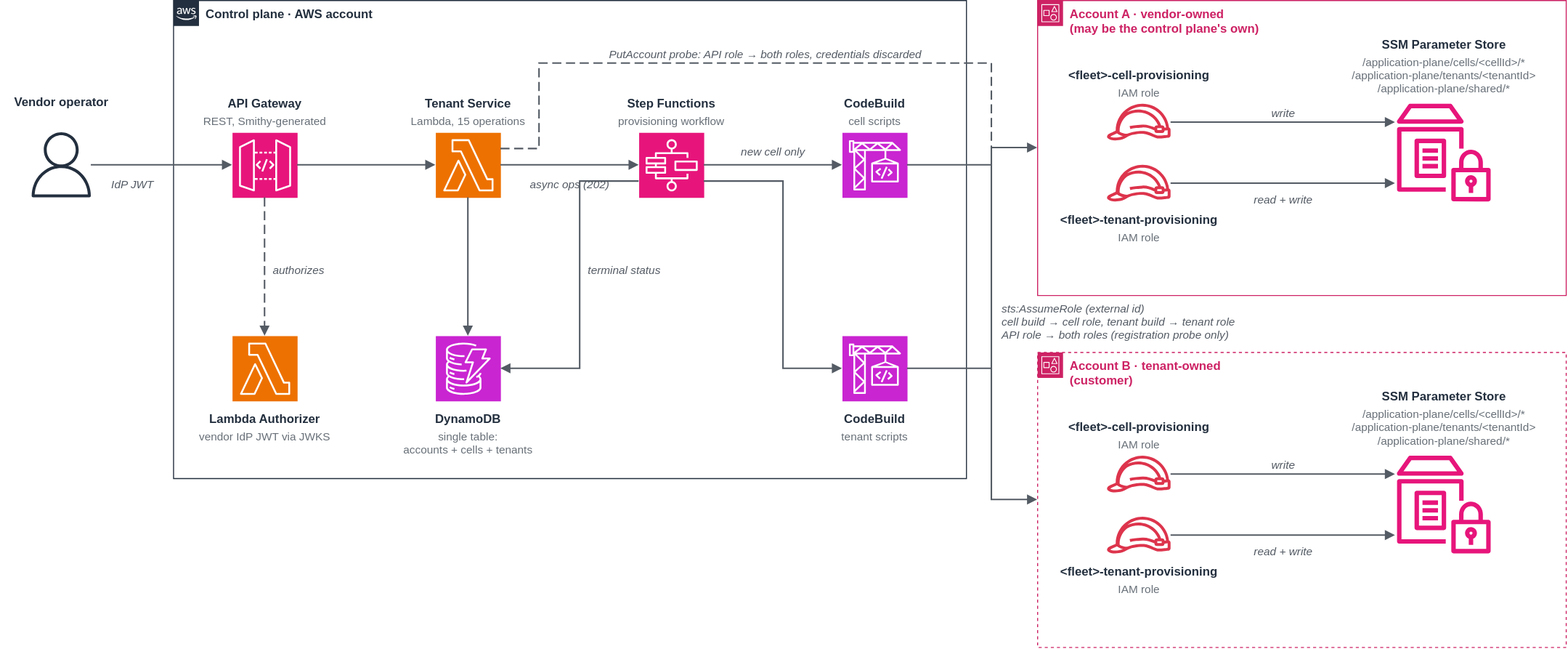
Earlier version of the draw.io export samples/control-plane/diagrams/control-plane.drawio.svg (aws-samples/sample-agentic-ai-acceleration-patterns). Source tidied: cells renumbered, new cells last; positions are measured from the earlier drawing's top-left corner, leaving out a move shared by most shapes.
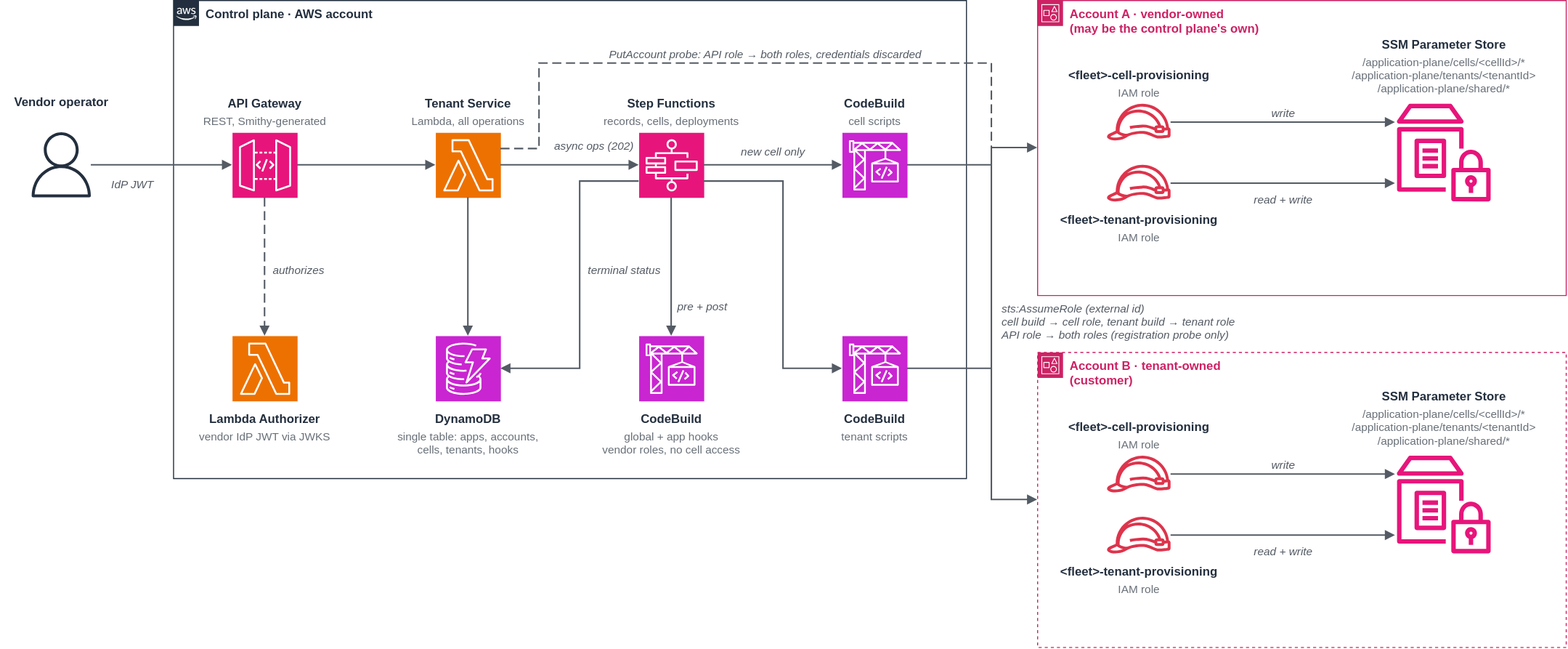
The same diagram one commit later.

Commit message:
control-plane: add hook builds to both diagrams (ADR-0044, ADR-0045)

Diff of the diagram source:
```diff
@@ -20,7 +20,7 @@
     <mxCell id="7" value="Tenant Service" style="text;html=0;align=center;verticalAlign=top;fontSize=12;fontStyle=1;fontColor=#232F3E;spacing=0;spacingTop=0;" parent="2" vertex="1">
       <mxGeometry x="243.6" y="90" width="92.9" height="18" as="geometry" />
     </mxCell>
-    <mxCell id="8" value="Lambda, 15 operations" style="text;html=0;align=center;verticalAlign=top;fontSize=11;fontStyle=0;fontColor=#687078;spacing=0;spacingTop=0;" parent="2" vertex="1">
+    <mxCell id="8" value="Lambda, all operations" style="text;html=0;align=center;verticalAlign=top;fontSize=11;fontStyle=0;fontColor=#687078;spacing=0;spacingTop=0;" parent="2" vertex="1">
       <mxGeometry x="230" y="108" width="120.1" height="16" as="geometry" />
     </mxCell>
     <mxCell id="9" style="sketch=0;outlineConnect=0;fontColor=#232F3E;fillColor=#E7157B;strokeColor=#ffffff;dashed=0;html=0;fontSize=11;fontStyle=0;noLabel=1;shape=mxgraph.aws4.resourceIcon;resIcon=mxgraph.aws4.step_functions;" parent="2" vertex="1">
@@ -29,8 +29,8 @@
     <mxCell id="10" value="Step Functions" style="text;html=0;align=center;verticalAlign=top;fontSize=12;fontStyle=1;fontColor=#232F3E;spacing=0;spacingTop=0;" parent="2" vertex="1">
       <mxGeometry x="442.8" y="90" width="94.3" height="18" as="geometry" />
     </mxCell>
-    <mxCell id="11" value="provisioning workflow" style="text;html=0;align=center;verticalAlign=top;fontSize=11;fontStyle=0;fontColor=#687078;spacing=0;spacingTop=0;" parent="2" vertex="1">
-      <mxGeometry x="434" y="108" width="112" height="16" as="geometry" />
+    <mxCell id="11" value="records, cells, deployments" style="text;html=0;align=center;verticalAlign=top;fontSize=11;fontStyle=0;fontColor=#687078;spacing=0;spacingTop=0;" parent="2" vertex="1">
+      <mxGeometry x="410" y="108" width="160" height="16" as="geometry" />
     </mxCell>
     <mxCell id="12" style="sketch=0;outlineConnect=0;fontColor=#232F3E;fillColor=#C925D1;strokeColor=#ffffff;dashed=0;html=0;fontSize=11;fontStyle=0;noLabel=1;shape=mxgraph.aws4.resourceIcon;resIcon=mxgraph.aws4.codebuild;" parent="2" vertex="1">
       <mxGeometry x="658" y="130" width="64" height="64" as="geometry" />
@@ -56,8 +56,8 @@
     <mxCell id="19" value="DynamoDB" style="text;html=0;align=center;verticalAlign=top;fontSize=12;fontStyle=1;fontColor=#232F3E;spacing=0;spacingTop=0;" parent="2" vertex="1">
       <mxGeometry x="253.7" y="400" width="72.7" height="18" as="geometry" />
     </mxCell>
-    <mxCell id="20" value="single table:&#10;accounts + cells + tenants" style="text;html=0;align=center;verticalAlign=top;fontSize=11;fontStyle=0;fontColor=#687078;spacing=0;spacingTop=0;" parent="2" vertex="1">
-      <mxGeometry x="222.4" y="418" width="135.2" height="31" as="geometry" />
+    <mxCell id="20" value="single table: apps, accounts,&#10;cells, tenants, hooks" style="text;html=0;align=center;verticalAlign=top;fontSize=11;fontStyle=0;fontColor=#687078;spacing=0;spacingTop=0;" parent="2" vertex="1">
+      <mxGeometry x="200" y="418" width="180" height="31" as="geometry" />
     </mxCell>
     <mxCell id="21" style="sketch=0;outlineConnect=0;fontColor=#232F3E;fillColor=#C925D1;strokeColor=#ffffff;dashed=0;html=0;fontSize=11;fontStyle=0;noLabel=1;shape=mxgraph.aws4.resourceIcon;resIcon=mxgraph.aws4.codebuild;" parent="2" vertex="1">
       <mxGeometry x="658" y="330" width="64" height="64" as="geometry" />
@@ -68,6 +68,15 @@
     <mxCell id="23" value="tenant scripts" style="text;html=0;align=center;verticalAlign=top;fontSize=11;fontStyle=0;fontColor=#687078;spacing=0;spacingTop=0;" parent="2" vertex="1">
       <mxGeometry x="653.4" y="418" width="73.2" height="16" as="geometry" />
     </mxCell>
+    <mxCell id="74" style="sketch=0;outlineConnect=0;fontColor=#232F3E;fillColor=#C925D1;strokeColor=#ffffff;dashed=0;html=0;fontSize=11;fontStyle=0;noLabel=1;shape=mxgraph.aws4.resourceIcon;resIcon=mxgraph.aws4.codebuild;" parent="2" vertex="1">
+      <mxGeometry x="458" y="330" width="64" height="64" as="geometry" />
+    </mxCell>
+    <mxCell id="75" value="CodeBuild" style="text;html=0;align=center;verticalAlign=top;fontSize=12;fontStyle=1;fontColor=#232F3E;spacing=0;spacingTop=0;" parent="2" vertex="1">
+      <mxGeometry x="420" y="400" width="140" height="18" as="geometry" />
+    </mxCell>
+    <mxCell id="76" value="global + app hooks&#10;vendor roles, no cell access" style="text;html=0;align=center;verticalAlign=top;fontSize=11;fontStyle=0;fontColor=#687078;spacing=0;spacingTop=0;" parent="2" vertex="1">
+      <mxGeometry x="405" y="418" width="170" height="31" as="geometry" />
+    </mxCell>
     <mxCell id="24" style="edgeStyle=orthogonalEdgeStyle;rounded=0;html=0;strokeColor=#545B64;strokeWidth=1.5;endArrow=block;endFill=1;exitX=1;exitY=0.5;entryX=0;entryY=0.5;" parent="2" edge="1" source="3" target="6">
       <mxGeometry relative="1" as="geometry" />
     </mxCell>
@@ -99,6 +108,9 @@
         </Array>
       </mxGeometry>
     </mxCell>
+    <mxCell id="77" style="edgeStyle=orthogonalEdgeStyle;rounded=0;html=0;strokeColor=#545B64;strokeWidth=1.5;endArrow=block;endFill=1;exitX=0.5;exitY=1;entryX=0.5;entryY=0;" parent="2" edge="1" source="9" target="74">
+      <mxGeometry relative="1" as="geometry" />
+    </mxCell>
     <mxCell id="31" value="Account A · vendor-owned&#10;(may be the control plane's own)" style="points=[[0,0],[0.25,0],[0.5,0],[0.75,0],[1,0],[1,0.25],[1,0.5],[1,0.75],[1,1],[0.75,1],[0.5,1],[0.25,1],[0,1],[0,0.75],[0,0.5],[0,0.25]];outlineConnect=0;gradientColor=none;html=0;fontSize=12;fontStyle=1;shape=mxgraph.aws4.group;grIcon=mxgraph.aws4.group_account;strokeColor=#CD2264;fillColor=none;verticalAlign=top;align=left;spacingLeft=30;fontColor=#CD2264;dashed=0;" parent="1" vertex="1">
       <mxGeometry x="1020" width="520" height="290" as="geometry" />
     </mxCell>
@@ -172,7 +184,7 @@
       <mxGeometry x="106" y="170" width="48" height="16" as="geometry" />
     </mxCell>
     <mxCell id="55" value="async ops (202)" style="text;html=0;align=center;verticalAlign=top;fontSize=11;fontStyle=2;fontColor=#545B64;spacing=0;spacingTop=0;" parent="1" vertex="1">
-      <mxGeometry x="518" y="170" width="84" height="16" as="geometry" />
+      <mxGeometry x="542" y="132" width="84" height="16" as="geometry" />
     </mxCell>
     <mxCell id="56" value="new cell only" style="text;html=0;align=center;verticalAlign=top;fontSize=11;fontStyle=2;fontColor=#545B64;spacing=0;spacingTop=0;" parent="1" vertex="1">
       <mxGeometry x="725.5" y="138" width="69" height="16" as="geometry" />
@@ -254,5 +266,8 @@
     <mxCell id="73" value="sts:AssumeRole (external id)&#10;cell build → cell role, tenant build → tenant role&#10;API role → both roles (registration probe only)" style="text;html=0;align=left;verticalAlign=top;fontSize=11;fontStyle=2;fontColor=#545B64;spacing=0;spacingTop=0;" parent="1" vertex="1">
       <mxGeometry x="985" y="292" width="235" height="48" as="geometry" />
     </mxCell>
+    <mxCell id="78" value="pre + post" style="text;html=0;align=left;verticalAlign=top;fontSize=11;fontStyle=2;fontColor=#545B64;spacing=0;spacingTop=0;" parent="1" vertex="1">
+      <mxGeometry x="666" y="290" width="60" height="16" as="geometry" />
+    </mxCell>
   </root>
 </mxGraphModel>
```
